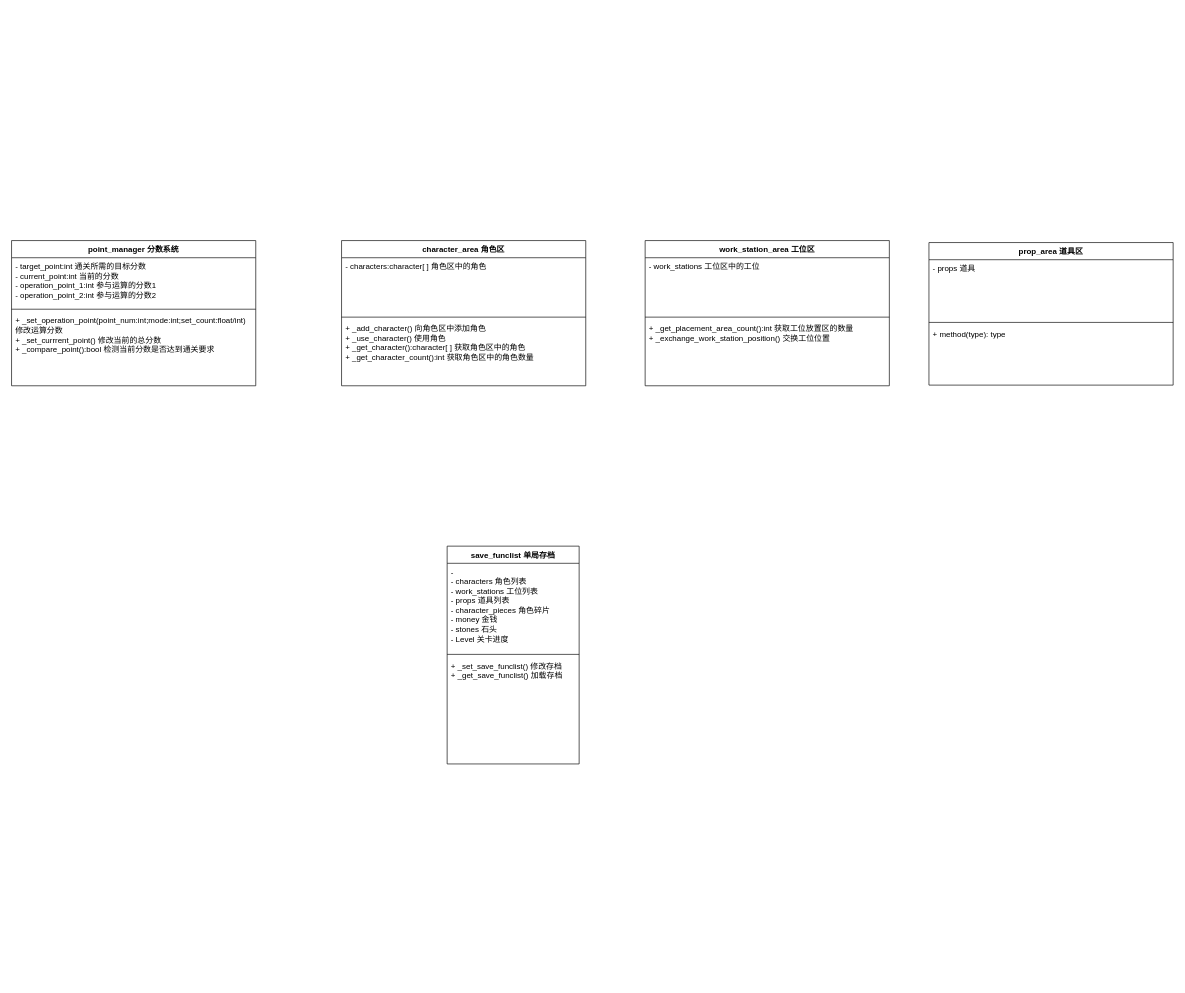
Earlier version of the draw.io diagram Game01_in_game.drawio (tsinghud114/UML_Pic). Source tidied: cells renumbered, new cells numbered last; positions are measured from the earlier drawing's top-left corner, leaving out a move shared by most shapes. Both pictures are drawn from the tidied source at 66%, with x=0, y=0 at pixel (11, 240).
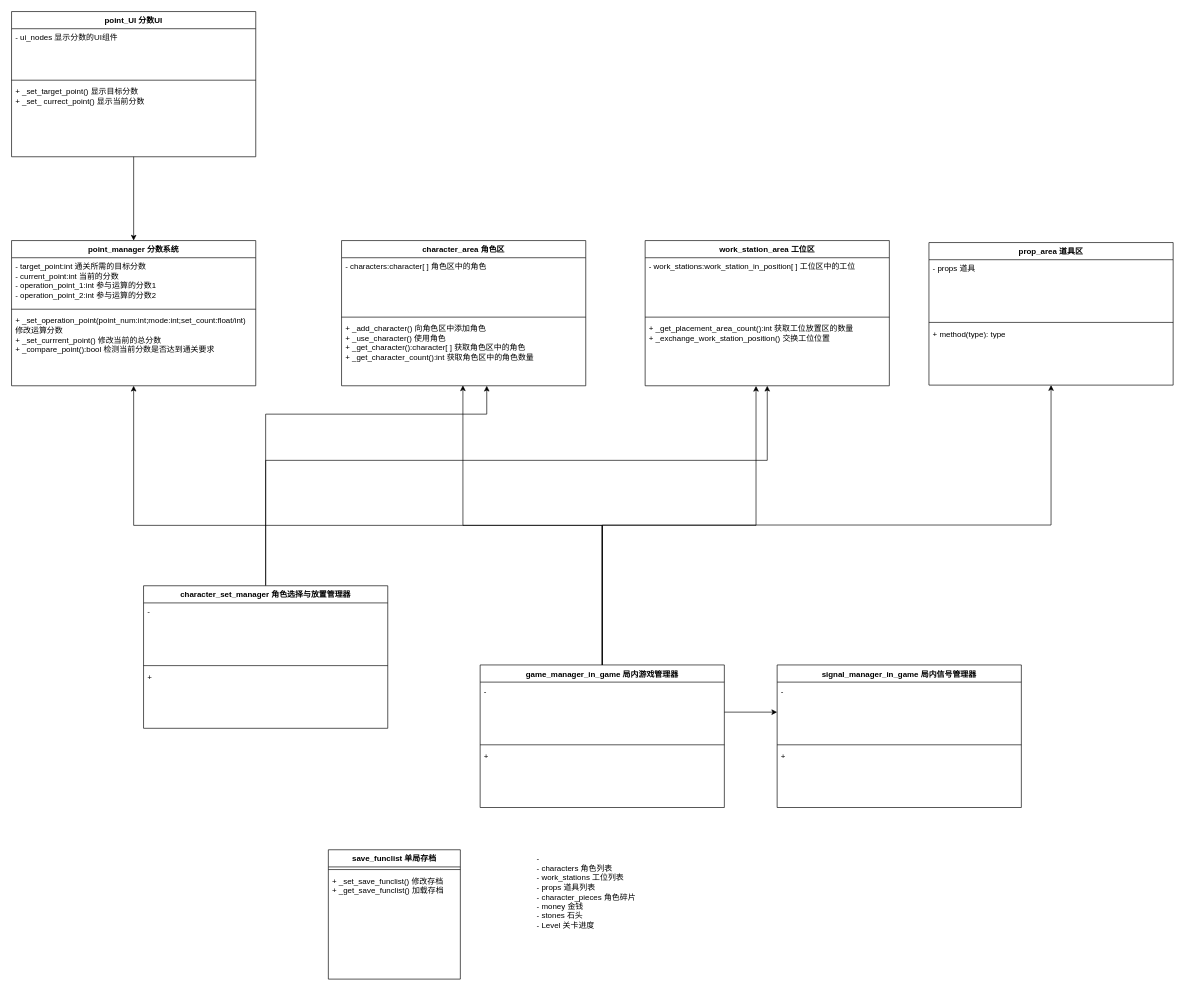
Above is the later version.

The change refers to these unchanged cells:
```xml
<mxCell id="2" value="point_manager 分数系统" style="swimlane;fontStyle=1;align=center;verticalAlign=top;horizontal=1;startSize=26;whiteSpace=wrap;html=1;" parent="1" vertex="1">
  <mxGeometry width="370" height="220" as="geometry" />
</mxCell>
<mxCell id="6" value="work_station_area 工位区" style="swimlane;fontStyle=1;align=center;verticalAlign=top;horizontal=1;startSize=26;whiteSpace=wrap;html=1;" parent="1" vertex="1">
  <mxGeometry x="960" width="370" height="220" as="geometry" />
</mxCell>
<mxCell id="9" value="+ _get_placement_area_count():int 获取工位放置区的数量&lt;div&gt;+ _exchange_work_station_position() 交换工位位置&lt;/div&gt;" style="text;strokeColor=none;fillColor=none;align=left;verticalAlign=top;spacingLeft=4;spacingRight=4;overflow=hidden;points=[[0,0.5],[1,0.5]];portConstraint=eastwest;whiteSpace=wrap;html=1;" parent="6" vertex="1">
  <mxGeometry y="120" width="370" height="100" as="geometry" />
</mxCell>
<mxCell id="17" value="+ _add_character() 向角色区中添加角色&lt;div&gt;+ _use_character() 使用角色&lt;/div&gt;&lt;div&gt;+ _get_character():character[ ] 获取角色区中的角色&lt;/div&gt;&lt;div&gt;+ _get_character_count():int 获取角色区中的角色数量&lt;/div&gt;" style="text;strokeColor=none;fillColor=none;align=left;verticalAlign=top;spacingLeft=4;spacingRight=4;overflow=hidden;points=[[0,0.5],[1,0.5]];portConstraint=eastwest;whiteSpace=wrap;html=1;" parent="14" vertex="1">
  <mxGeometry y="120" width="370" height="100" as="geometry" />
</mxCell>
<mxCell id="18" value="prop_area 道具区" style="swimlane;fontStyle=1;align=center;verticalAlign=top;horizontal=1;startSize=26;whiteSpace=wrap;html=1;" parent="1" vertex="1">
  <mxGeometry x="1390" y="3" width="370" height="216" as="geometry" />
</mxCell>
```

What changed in the source:
```diff
@@
-    <mxCell id="7" value="- work_stations 工位区中的工位" style="text;strokeColor=none;fillColor=none;align=left;verticalAlign=top;spacingLeft=4;spacingRight=4;overflow=hidden;whiteSpace=wrap;html=1;" parent="6" vertex="1">
+    <mxCell id="7" value="- work_stations:work_station_in_position[ ] 工位区中的工位" style="text;strokeColor=none;fillColor=none;align=left;verticalAlign=top;spacingLeft=4;spacingRight=4;overflow=hidden;whiteSpace=wrap;html=1;" parent="6" vertex="1">
       <mxGeometry y="26" width="370" height="86" as="geometry" />
     </mxCell>
@@
     <mxCell id="10" value="save_funclist 单局存档" style="swimlane;fontStyle=1;align=center;verticalAlign=top;horizontal=1;startSize=26;whiteSpace=wrap;html=1;" parent="1" vertex="1">
-      <mxGeometry x="660" y="463" width="200" height="330" as="geometry" />
+      <mxGeometry x="480" y="923" width="200" height="196" as="geometry" />
     </mxCell>
-    <mxCell id="11" value="&lt;div&gt;-&amp;nbsp;&lt;/div&gt;- characters 角色列表&lt;div&gt;- work_stations 工位列表&lt;/div&gt;&lt;div&gt;- props 道具列表&lt;/div&gt;&lt;div&gt;- character_pieces 角色碎片&lt;/div&gt;&lt;div&gt;- money 金钱&lt;/div&gt;&lt;div&gt;- stones 石头&lt;/div&gt;&lt;div&gt;- Level 关卡进度&lt;/div&gt;&lt;div&gt;&lt;br&gt;&lt;div&gt;&lt;br&gt;&lt;/div&gt;&lt;/div&gt;" style="text;strokeColor=none;fillColor=none;align=left;verticalAlign=top;spacingLeft=4;spacingRight=4;overflow=hidden;whiteSpace=wrap;html=1;" parent="10" vertex="1">
-      <mxGeometry y="26" width="200" height="134" as="geometry" />
-    </mxCell>
     <mxCell id="12" style="line;strokeWidth=1;fillColor=none;align=left;verticalAlign=middle;spacingTop=-1;spacingLeft=3;spacingRight=3;labelPosition=right;strokeColor=inherit;" parent="10" vertex="1">
-      <mxGeometry y="160" width="200" height="8" as="geometry" />
+      <mxGeometry y="26" width="200" height="8" as="geometry" />
     </mxCell>
     <mxCell id="13" value="+ _set_save_funclist() 修改存档&lt;div&gt;+ _get_save_funclist() 加载存档&lt;/div&gt;&lt;div&gt;&lt;br&gt;&lt;/div&gt;" style="text;strokeColor=none;fillColor=none;align=left;verticalAlign=top;spacingLeft=4;spacingRight=4;overflow=hidden;whiteSpace=wrap;html=1;" parent="10" vertex="1">
-      <mxGeometry y="168" width="200" height="162" as="geometry" />
+      <mxGeometry y="34" width="200" height="162" as="geometry" />
     </mxCell>
@@
+    <mxCell id="22" style="edgeStyle=orthogonalEdgeStyle;rounded=0;jettySize=auto;html=1;entryX=0.5;entryY=0;entryDx=0;entryDy=0;" parent="1" edge="1" source="23" target="2">
+      <mxGeometry relative="1" as="geometry" />
+    </mxCell>
+    <mxCell id="23" value="point_UI 分数UI" style="swimlane;fontStyle=1;align=center;verticalAlign=top;horizontal=1;startSize=26;whiteSpace=wrap;html=1;" parent="1" vertex="1">
+      <mxGeometry y="-347" width="370" height="220" as="geometry" />
+    </mxCell>
+    <mxCell id="24" value="- ui_nodes 显示分数的UI组件" style="text;strokeColor=none;fillColor=none;align=left;verticalAlign=top;spacingLeft=4;spacingRight=4;overflow=hidden;whiteSpace=wrap;html=1;" parent="23" vertex="1">
+      <mxGeometry y="26" width="370" height="74" as="geometry" />
+    </mxCell>
+    <mxCell id="25" style="line;strokeWidth=1;fillColor=none;align=left;verticalAlign=middle;spacingTop=-1;spacingLeft=3;spacingRight=3;labelPosition=right;strokeColor=inherit;" parent="23" vertex="1">
+      <mxGeometry y="100" width="370" height="8" as="geometry" />
+    </mxCell>
+    <mxCell id="26" value="+ _set_target_point() 显示目标分数&lt;div&gt;+ _set_ currect_point() 显示当前分数&lt;/div&gt;" style="text;strokeColor=none;fillColor=none;align=left;verticalAlign=top;spacingLeft=4;spacingRight=4;overflow=hidden;whiteSpace=wrap;html=1;" parent="23" vertex="1">
+      <mxGeometry y="108" width="370" height="112" as="geometry" />
+    </mxCell>
+    <mxCell id="27" style="edgeStyle=orthogonalEdgeStyle;rounded=0;jettySize=auto;html=1;entryX=0.5;entryY=1;entryDx=0;entryDy=0;exitX=0.5;exitY=0;exitDx=0;exitDy=0;" parent="1" edge="1" source="29" target="2">
+      <mxGeometry relative="1" as="geometry" />
+    </mxCell>
+    <mxCell id="28" style="edgeStyle=orthogonalEdgeStyle;rounded=0;jettySize=auto;html=1;entryX=0.5;entryY=1;entryDx=0;entryDy=0;exitX=0.5;exitY=0;exitDx=0;exitDy=0;" parent="1" edge="1" source="29" target="18">
+      <mxGeometry relative="1" as="geometry" />
+    </mxCell>
+    <mxCell id="29" value="game_manager_in_game 局内游戏管理器" style="swimlane;fontStyle=1;align=center;verticalAlign=top;horizontal=1;startSize=26;whiteSpace=wrap;html=1;" parent="1" vertex="1">
+      <mxGeometry x="710" y="643" width="370" height="216" as="geometry" />
+    </mxCell>
+    <mxCell id="30" value="-&amp;nbsp;" style="text;strokeColor=none;fillColor=none;align=left;verticalAlign=top;spacingLeft=4;spacingRight=4;overflow=hidden;points=[[0,0.5],[1,0.5]];portConstraint=eastwest;whiteSpace=wrap;html=1;" parent="29" vertex="1">
+      <mxGeometry y="26" width="370" height="91" as="geometry" />
+    </mxCell>
+    <mxCell id="31" style="line;strokeWidth=1;fillColor=none;align=left;verticalAlign=middle;spacingTop=-1;spacingLeft=3;spacingRight=3;labelPosition=right;strokeColor=inherit;" parent="29" vertex="1">
+      <mxGeometry y="117" width="370" height="8" as="geometry" />
+    </mxCell>
+    <mxCell id="32" value="+&amp;nbsp;" style="text;strokeColor=none;fillColor=none;align=left;verticalAlign=top;spacingLeft=4;spacingRight=4;overflow=hidden;whiteSpace=wrap;html=1;" parent="29" vertex="1">
+      <mxGeometry y="125" width="370" height="91" as="geometry" />
+    </mxCell>
+    <mxCell id="33" value="signal_manager_in_game 局内信号管理器" style="swimlane;fontStyle=1;align=center;verticalAlign=top;horizontal=1;startSize=26;whiteSpace=wrap;html=1;" parent="1" vertex="1">
+      <mxGeometry x="1160" y="643" width="370" height="216" as="geometry" />
+    </mxCell>
+    <mxCell id="34" value="-&amp;nbsp;" style="text;strokeColor=none;fillColor=none;align=left;verticalAlign=top;spacingLeft=4;spacingRight=4;overflow=hidden;points=[[0,0.5],[1,0.5]];portConstraint=eastwest;whiteSpace=wrap;html=1;" parent="33" vertex="1">
+      <mxGeometry y="26" width="370" height="91" as="geometry" />
+    </mxCell>
+    <mxCell id="35" style="line;strokeWidth=1;fillColor=none;align=left;verticalAlign=middle;spacingTop=-1;spacingLeft=3;spacingRight=3;labelPosition=right;strokeColor=inherit;" parent="33" vertex="1">
+      <mxGeometry y="117" width="370" height="8" as="geometry" />
+    </mxCell>
+    <mxCell id="36" value="+&amp;nbsp;" style="text;strokeColor=none;fillColor=none;align=left;verticalAlign=top;spacingLeft=4;spacingRight=4;overflow=hidden;whiteSpace=wrap;html=1;" parent="33" vertex="1">
+      <mxGeometry y="125" width="370" height="91" as="geometry" />
+    </mxCell>
+    <mxCell id="37" style="edgeStyle=orthogonalEdgeStyle;rounded=0;jettySize=auto;html=1;exitX=0.5;exitY=0;exitDx=0;exitDy=0;entryX=0.497;entryY=0.994;entryDx=0;entryDy=0;entryPerimeter=0;" parent="1" edge="1" source="29" target="17">
+      <mxGeometry relative="1" as="geometry" />
+    </mxCell>
+    <mxCell id="38" style="edgeStyle=orthogonalEdgeStyle;rounded=0;jettySize=auto;html=1;entryX=0.454;entryY=1.002;entryDx=0;entryDy=0;entryPerimeter=0;" parent="1" edge="1" source="29" target="9">
+      <mxGeometry relative="1" as="geometry" />
+    </mxCell>
+    <mxCell id="39" style="edgeStyle=orthogonalEdgeStyle;rounded=0;jettySize=auto;html=1;exitX=1;exitY=0.5;exitDx=0;exitDy=0;" parent="1" edge="1" source="30" target="34">
+      <mxGeometry relative="1" as="geometry" />
+    </mxCell>
+    <mxCell id="40" style="edgeStyle=orthogonalEdgeStyle;rounded=0;jettySize=auto;html=1;" parent="1" edge="1" source="42" target="17">
+      <mxGeometry relative="1" as="geometry">
+        <Array as="points">
+          <mxPoint x="385" y="263" />
+          <mxPoint x="720" y="263" />
+        </Array>
+      </mxGeometry>
+    </mxCell>
+    <mxCell id="41" style="edgeStyle=orthogonalEdgeStyle;rounded=0;jettySize=auto;html=1;" parent="1" edge="1" source="42" target="9">
+      <mxGeometry relative="1" as="geometry">
+        <Array as="points">
+          <mxPoint x="385" y="333" />
+          <mxPoint x="1145" y="333" />
+        </Array>
+      </mxGeometry>
+    </mxCell>
+    <mxCell id="42" value="character_set_manager 角色选择与放置管理器" style="swimlane;fontStyle=1;align=center;verticalAlign=top;horizontal=1;startSize=26;whiteSpace=wrap;html=1;" parent="1" vertex="1">
+      <mxGeometry x="200" y="523" width="370" height="216" as="geometry" />
+    </mxCell>
+    <mxCell id="43" value="-&amp;nbsp;" style="text;strokeColor=none;fillColor=none;align=left;verticalAlign=top;spacingLeft=4;spacingRight=4;overflow=hidden;whiteSpace=wrap;html=1;" parent="42" vertex="1">
+      <mxGeometry y="26" width="370" height="91" as="geometry" />
+    </mxCell>
+    <mxCell id="44" style="line;strokeWidth=1;fillColor=none;align=left;verticalAlign=middle;spacingTop=-1;spacingLeft=3;spacingRight=3;labelPosition=right;strokeColor=inherit;" parent="42" vertex="1">
+      <mxGeometry y="117" width="370" height="8" as="geometry" />
+    </mxCell>
+    <mxCell id="45" value="+&amp;nbsp;" style="text;strokeColor=none;fillColor=none;align=left;verticalAlign=top;spacingLeft=4;spacingRight=4;overflow=hidden;whiteSpace=wrap;html=1;" parent="42" vertex="1">
+      <mxGeometry y="125" width="370" height="91" as="geometry" />
+    </mxCell>
+    <mxCell id="11" value="&lt;div&gt;-&amp;nbsp;&lt;/div&gt;- characters 角色列表&lt;div&gt;- work_stations 工位列表&lt;/div&gt;&lt;div&gt;- props 道具列表&lt;/div&gt;&lt;div&gt;- character_pieces 角色碎片&lt;/div&gt;&lt;div&gt;- money 金钱&lt;/div&gt;&lt;div&gt;- stones 石头&lt;/div&gt;&lt;div&gt;- Level 关卡进度&lt;/div&gt;&lt;div&gt;&lt;br&gt;&lt;div&gt;&lt;br&gt;&lt;/div&gt;&lt;/div&gt;" style="text;strokeColor=none;fillColor=none;align=left;verticalAlign=top;spacingLeft=4;spacingRight=4;overflow=hidden;whiteSpace=wrap;html=1;" parent="1" vertex="1">
+      <mxGeometry x="790" y="923" width="200" height="134" as="geometry" />
+    </mxCell>
```
